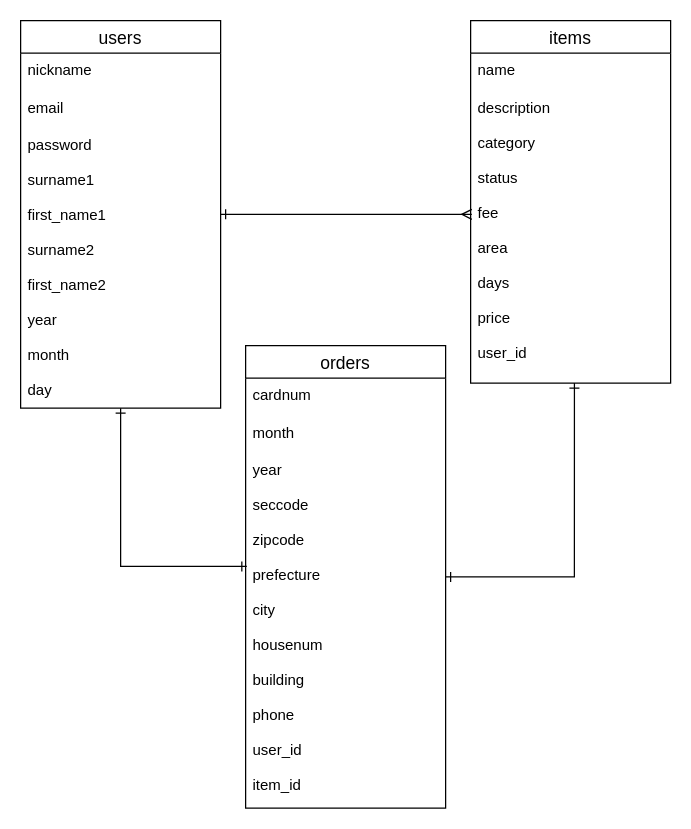
Earlier version of the draw.io diagram .dio (Hiroki-Sakurazawa/furima-28665). Source tidied: cells renumbered, new cells numbered last; positions are measured from the earlier drawing's top-left corner, leaving out a move shared by most shapes. Both pictures are drawn from the tidied source at 125%, with x=0, y=0 at pixel (20, 20).
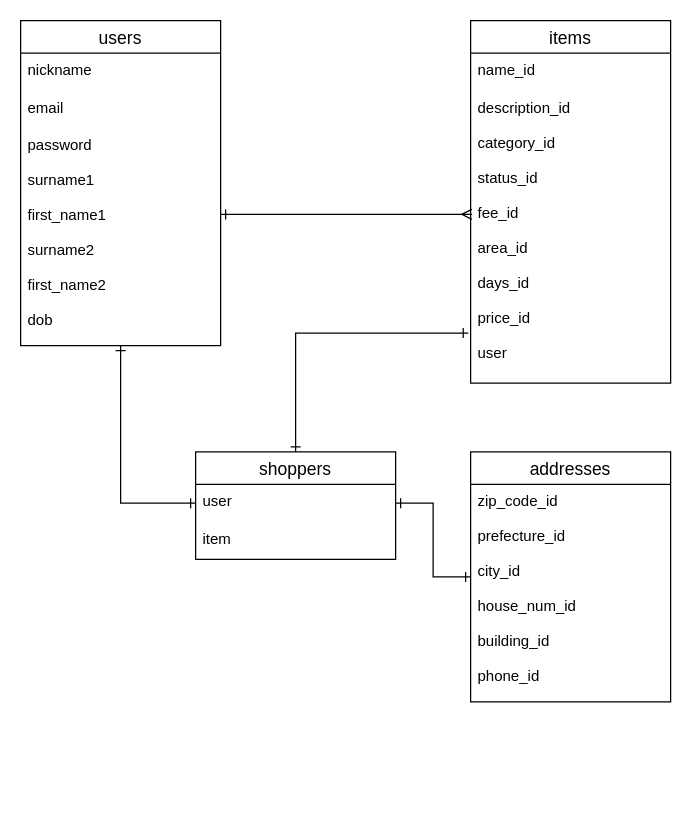
The same diagram, later.

Diff of the diagram source:
```diff
@@
 <mxGraphModel>
   <root>
     <mxCell id="0" />
     <mxCell id="1" parent="0" />
-    <mxCell id="2" style="edgeStyle=orthogonalEdgeStyle;rounded=0;jettySize=auto;html=1;entryX=0.006;entryY=0.319;entryDx=0;entryDy=0;entryPerimeter=0;startArrow=ERone;startFill=0;endArrow=ERone;endFill=0;" parent="1" edge="1" source="4" target="15">
-      <mxGeometry relative="1" as="geometry" />
-    </mxCell>
     <mxCell id="3" style="edgeStyle=orthogonalEdgeStyle;rounded=0;jettySize=auto;html=1;entryX=0.006;entryY=0.423;entryDx=0;entryDy=0;entryPerimeter=0;startArrow=ERone;startFill=0;endArrow=ERmany;endFill=0;" parent="1" edge="1" source="4" target="10">
-      <mxGeometry relative="1" as="geometry" />
+      <mxGeometry relative="1" as="geometry">
+        <Array as="points">
+          <mxPoint x="210" y="155" />
+          <mxPoint x="210" y="155" />
+        </Array>
+      </mxGeometry>
     </mxCell>
+    <mxCell id="16" style="edgeStyle=orthogonalEdgeStyle;rounded=0;jettySize=auto;html=1;entryX=0;entryY=0.5;entryDx=0;entryDy=0;startArrow=ERone;startFill=0;endArrow=ERone;endFill=0;" parent="1" edge="1" source="4" target="20">
+      <mxGeometry relative="1" as="geometry" />
+    </mxCell>
     <mxCell id="4" value="users" style="swimlane;fontStyle=0;horizontal=1;startSize=26;align=center;fontSize=14;" parent="1" vertex="1">
-      <mxGeometry width="160" height="310" as="geometry" />
+      <mxGeometry width="160" height="260" as="geometry" />
     </mxCell>
     <mxCell id="5" value="nickname" style="text;strokeColor=none;fillColor=none;spacingLeft=4;spacingRight=4;overflow=hidden;fontSize=12;" parent="4" vertex="1">
       <mxGeometry y="26" width="160" height="30" as="geometry" />
     </mxCell>
     <mxCell id="6" value="email" style="text;strokeColor=none;fillColor=none;spacingLeft=4;spacingRight=4;overflow=hidden;fontSize=12;" parent="4" vertex="1">
       <mxGeometry y="56" width="160" height="30" as="geometry" />
     </mxCell>
-    <mxCell id="7" value="password&#10;&#10;surname1&#10;&#10;first_name1&#10;&#10;surname2&#10;&#10;first_name2&#10;&#10;year&#10;&#10;month&#10;&#10;day" style="text;strokeColor=none;fillColor=none;spacingLeft=4;spacingRight=4;overflow=hidden;fontSize=12;" parent="4" vertex="1">
-      <mxGeometry y="86" width="160" height="224" as="geometry" />
+    <mxCell id="7" value="password&#10;&#10;surname1&#10;&#10;first_name1&#10;&#10;surname2&#10;&#10;first_name2&#10;&#10;dob" style="text;strokeColor=none;fillColor=none;spacingLeft=4;spacingRight=4;overflow=hidden;fontSize=12;" parent="4" vertex="1">
+      <mxGeometry y="86" width="160" height="174" as="geometry" />
     </mxCell>
     <mxCell id="8" value="items" style="swimlane;fontStyle=0;horizontal=1;startSize=26;align=center;fontSize=14;" parent="1" vertex="1">
       <mxGeometry x="360" width="160" height="290" as="geometry" />
     </mxCell>
-    <mxCell id="9" value="name" style="text;strokeColor=none;fillColor=none;spacingLeft=4;spacingRight=4;overflow=hidden;fontSize=12;" parent="8" vertex="1">
+    <mxCell id="9" value="name_id" style="text;strokeColor=none;fillColor=none;spacingLeft=4;spacingRight=4;overflow=hidden;fontSize=12;" parent="8" vertex="1">
       <mxGeometry y="26" width="160" height="30" as="geometry" />
     </mxCell>
-    <mxCell id="10" value="description&#10;&#10;category&#10;&#10;status&#10;&#10;fee&#10;&#10;area&#10;&#10;days&#10;&#10;price&#10;&#10;user_id" style="text;strokeColor=none;fillColor=none;spacingLeft=4;spacingRight=4;overflow=hidden;points=[[0,0.5],[1,0.5]];portConstraint=eastwest;fontSize=12;" parent="8" vertex="1">
+    <mxCell id="10" value="description_id&#10;&#10;category_id&#10;&#10;status_id&#10;&#10;fee_id&#10;&#10;area_id&#10;&#10;days_id&#10;&#10;price_id&#10;&#10;user" style="text;strokeColor=none;fillColor=none;spacingLeft=4;spacingRight=4;overflow=hidden;points=[[0,0.5],[1,0.5]];portConstraint=eastwest;fontSize=12;" parent="8" vertex="1">
       <mxGeometry y="56" width="160" height="234" as="geometry" />
     </mxCell>
-    <mxCell id="11" style="edgeStyle=orthogonalEdgeStyle;rounded=0;jettySize=auto;html=1;entryX=0.519;entryY=1;entryDx=0;entryDy=0;entryPerimeter=0;startArrow=ERone;startFill=0;endArrow=ERone;endFill=0;" parent="1" edge="1" source="12" target="10">
-      <mxGeometry relative="1" as="geometry" />
-    </mxCell>
+    <mxCell id="17" style="edgeStyle=orthogonalEdgeStyle;rounded=0;jettySize=auto;html=1;entryX=1;entryY=0.5;entryDx=0;entryDy=0;startArrow=ERone;startFill=0;endArrow=ERone;endFill=0;" parent="1" edge="1" source="12" target="20">
+      <mxGeometry relative="1" as="geometry" />
+    </mxCell>
-    <mxCell id="12" value="orders" style="swimlane;fontStyle=0;horizontal=1;startSize=26;align=center;fontSize=14;" parent="1" vertex="1">
-      <mxGeometry x="180" y="260" width="160" height="370" as="geometry" />
+    <mxCell id="12" value="addresses" style="swimlane;fontStyle=0;horizontal=1;startSize=26;align=center;fontSize=14;" parent="1" vertex="1">
+      <mxGeometry x="360" y="345" width="160" height="200" as="geometry" />
     </mxCell>
-    <mxCell id="13" value="cardnum" style="text;strokeColor=none;fillColor=none;spacingLeft=4;spacingRight=4;overflow=hidden;fontSize=12;" parent="12" vertex="1">
-      <mxGeometry y="26" width="160" height="30" as="geometry" />
-    </mxCell>
-    <mxCell id="14" value="month" style="text;strokeColor=none;fillColor=none;spacingLeft=4;spacingRight=4;overflow=hidden;fontSize=12;" parent="12" vertex="1">
-      <mxGeometry y="56" width="160" height="30" as="geometry" />
-    </mxCell>
-    <mxCell id="15" value="year&#10;&#10;seccode&#10;&#10;zipcode&#10;&#10;prefecture&#10;&#10;city&#10;&#10;housenum&#10;&#10;building&#10;&#10;phone&#10;&#10;user_id&#10;&#10;item_id" style="text;strokeColor=none;fillColor=none;spacingLeft=4;spacingRight=4;overflow=hidden;points=[[0,0.5],[1,0.5]];portConstraint=eastwest;fontSize=12;" parent="12" vertex="1">
-      <mxGeometry y="86" width="160" height="284" as="geometry" />
+    <mxCell id="15" value="zip_code_id&#10;&#10;prefecture_id&#10;&#10;city_id&#10;&#10;house_num_id&#10;&#10;building_id&#10;&#10;phone_id" style="text;strokeColor=none;fillColor=none;spacingLeft=4;spacingRight=4;overflow=hidden;points=[[0,0.5],[1,0.5]];portConstraint=eastwest;fontSize=12;" parent="12" vertex="1">
+      <mxGeometry y="26" width="160" height="174" as="geometry" />
     </mxCell>
+    <mxCell id="18" style="edgeStyle=orthogonalEdgeStyle;rounded=0;jettySize=auto;html=1;entryX=-0.012;entryY=0.829;entryDx=0;entryDy=0;entryPerimeter=0;startArrow=ERone;startFill=0;endArrow=ERone;endFill=0;" parent="1" edge="1" source="19" target="10">
+      <mxGeometry relative="1" as="geometry" />
+    </mxCell>
+    <mxCell id="19" value="shoppers" style="swimlane;fontStyle=0;horizontal=1;startSize=26;align=center;fontSize=14;" parent="1" vertex="1">
+      <mxGeometry x="140" y="345" width="160" height="86" as="geometry" />
+    </mxCell>
+    <mxCell id="20" value="user" style="text;strokeColor=none;fillColor=none;spacingLeft=4;spacingRight=4;overflow=hidden;points=[[0,0.5],[1,0.5]];portConstraint=eastwest;fontSize=12;" parent="19" vertex="1">
+      <mxGeometry y="26" width="160" height="30" as="geometry" />
+    </mxCell>
+    <mxCell id="21" value="item" style="text;strokeColor=none;fillColor=none;spacingLeft=4;spacingRight=4;overflow=hidden;fontSize=12;" parent="19" vertex="1">
+      <mxGeometry y="56" width="160" height="30" as="geometry" />
+    </mxCell>
   </root>
 </mxGraphModel>
```
